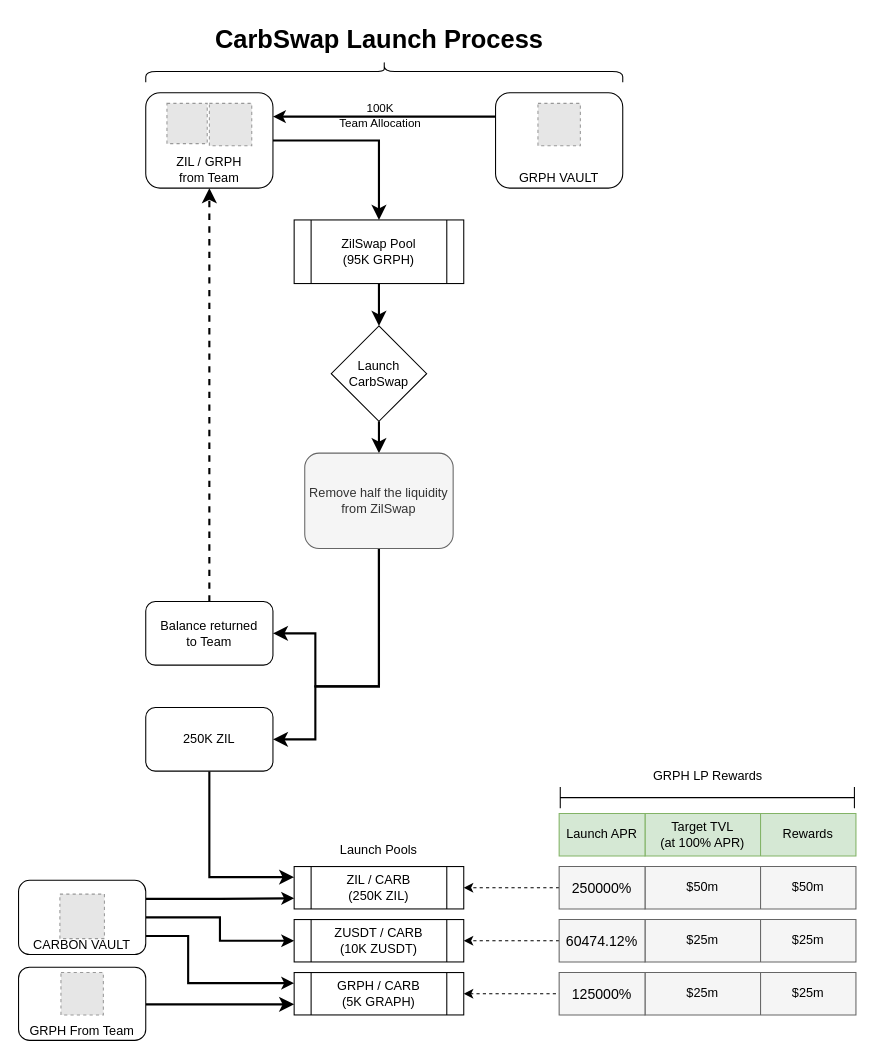
Carbon-Labs/Diagrams keeps this draw.io diagram as carbswapflow.drawio. Above is the earlier version. Source tidied: cells renumbered, new cells numbered last; positions are measured from the earlier drawing's top-left corner, leaving out a move shared by most shapes. Both pictures are drawn from the tidied source at 106%, with x=0, y=0 at pixel (18, -167). Pictures stored in the file or linked from it are replaced by grey dashed boxes.
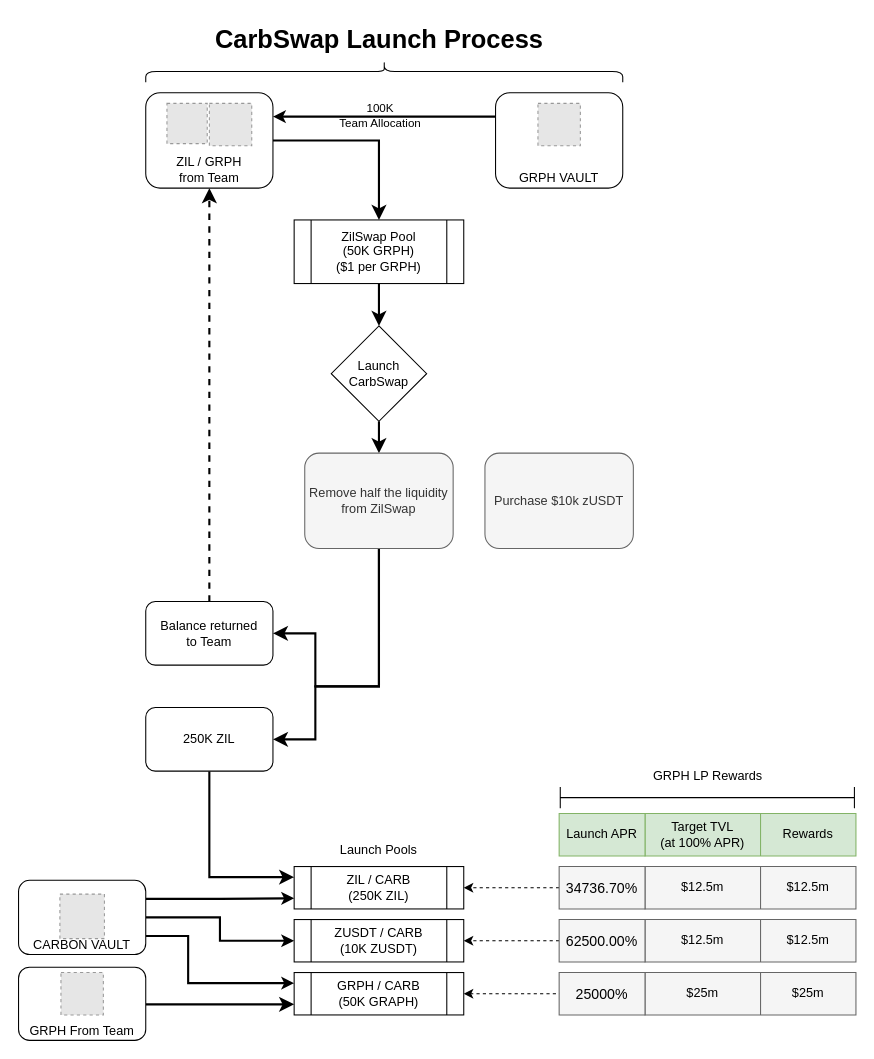
After the change.

Unchanged cells that the change refers to:
```xml
<mxCell id="37" style="shape=partialRectangle;fillColor=none;top=0;left=0;bottom=0;right=0;points=[[0,0.5],[1,0.5]];portConstraint=eastwest;rounded=0;shadow=0;strokeColor=default;" parent="36" vertex="1">
  <mxGeometry width="199" height="40" as="geometry" />
</mxCell>
<mxCell id="42" style="shape=partialRectangle;fillColor=none;top=0;left=0;bottom=0;right=0;points=[[0,0.5],[1,0.5]];portConstraint=eastwest;rounded=0;shadow=0;strokeColor=default;" parent="41" vertex="1">
  <mxGeometry width="199" height="40" as="geometry" />
</mxCell>
<mxCell id="54" style="shape=partialRectangle;fillColor=none;top=0;left=0;bottom=0;right=0;" parent="53" vertex="1">
  <mxGeometry width="81" height="40" as="geometry" />
</mxCell>
<mxCell id="62" style="shape=partialRectangle;fillColor=none;top=0;left=0;bottom=0;right=0;" parent="61" vertex="1">
  <mxGeometry width="81" height="40" as="geometry" />
</mxCell>
<mxCell id="67" style="shape=partialRectangle;fillColor=none;top=0;left=0;bottom=0;right=0;" parent="66" vertex="1">
  <mxGeometry width="81" height="40" as="geometry" />
</mxCell>
```

The edit, as a diff of the source:
```diff
@@
-    <mxCell id="8" value="ZilSwap Pool&lt;br&gt;(95K GRPH)" style="shape=process;whiteSpace=wrap;html=1;backgroundOutline=1;" parent="1" vertex="1">
+    <mxCell id="8" value="ZilSwap Pool&lt;br&gt;(50K GRPH)&lt;br&gt;($1 per GRPH)" style="shape=process;whiteSpace=wrap;html=1;backgroundOutline=1;" parent="1" vertex="1">
       <mxGeometry x="260" y="365" width="160" height="60" as="geometry" />
     </mxCell>
@@
-    <mxCell id="21" value="GRPH / CARB&lt;br&gt;(5K GRAPH)" style="shape=process;whiteSpace=wrap;html=1;backgroundOutline=1;" parent="1" vertex="1">
+    <mxCell id="21" value="GRPH / CARB&lt;br&gt;(50K GRAPH)" style="shape=process;whiteSpace=wrap;html=1;backgroundOutline=1;" parent="1" vertex="1">
       <mxGeometry x="260" y="1075" width="160" height="40" as="geometry" />
     </mxCell>
@@
-    <mxCell id="38" value="$50m" style="shape=partialRectangle;html=1;whiteSpace=wrap;overflow=hidden;fillColor=none;top=0;left=0;bottom=0;right=0;rounded=0;shadow=0;strokeColor=default;" parent="37" vertex="1">
+    <mxCell id="38" value="$12.5m" style="shape=partialRectangle;html=1;whiteSpace=wrap;overflow=hidden;fillColor=none;top=0;left=0;bottom=0;right=0;rounded=0;shadow=0;strokeColor=default;" parent="37" vertex="1">
       <mxGeometry width="109" height="40" as="geometry" />
     </mxCell>
-    <mxCell id="39" value="$50m" style="shape=partialRectangle;html=1;whiteSpace=wrap;overflow=hidden;fillColor=none;top=0;left=0;bottom=0;right=0;rounded=0;shadow=0;strokeColor=default;" parent="37" vertex="1">
+    <mxCell id="39" value="$12.5m" style="shape=partialRectangle;html=1;whiteSpace=wrap;overflow=hidden;fillColor=none;top=0;left=0;bottom=0;right=0;rounded=0;shadow=0;strokeColor=default;" parent="37" vertex="1">
       <mxGeometry x="109" width="90" height="40" as="geometry" />
     </mxCell>
@@
-    <mxCell id="43" value="$25m" style="shape=partialRectangle;html=1;whiteSpace=wrap;overflow=hidden;fillColor=none;top=0;left=0;bottom=0;right=0;rounded=0;shadow=0;strokeColor=default;" parent="42" vertex="1">
+    <mxCell id="43" value="$12.5m" style="shape=partialRectangle;html=1;whiteSpace=wrap;overflow=hidden;fillColor=none;top=0;left=0;bottom=0;right=0;rounded=0;shadow=0;strokeColor=default;" parent="42" vertex="1">
       <mxGeometry width="109" height="40" as="geometry" />
     </mxCell>
-    <mxCell id="44" value="$25m" style="shape=partialRectangle;html=1;whiteSpace=wrap;overflow=hidden;fillColor=none;top=0;left=0;bottom=0;right=0;rounded=0;shadow=0;strokeColor=default;" parent="42" vertex="1">
+    <mxCell id="44" value="$12.5m" style="shape=partialRectangle;html=1;whiteSpace=wrap;overflow=hidden;fillColor=none;top=0;left=0;bottom=0;right=0;rounded=0;shadow=0;strokeColor=default;" parent="42" vertex="1">
       <mxGeometry x="109" width="90" height="40" as="geometry" />
     </mxCell>
@@
-    <mxCell id="55" value="&lt;span style=&quot;font-size: 10pt ; font-family: &amp;#34;arial&amp;#34; ; text-align: right&quot;&gt;250000%&lt;/span&gt;" style="shape=partialRectangle;html=1;whiteSpace=wrap;overflow=hidden;fillColor=none;top=0;left=0;bottom=0;right=0;" parent="54" vertex="1">
+    <mxCell id="55" value="&lt;span style=&quot;font-size: 10pt ; font-family: &amp;#34;arial&amp;#34; ; text-align: right&quot;&gt;34736.70%&lt;/span&gt;" style="shape=partialRectangle;html=1;whiteSpace=wrap;overflow=hidden;fillColor=none;top=0;left=0;bottom=0;right=0;" parent="54" vertex="1">
       <mxGeometry width="81" height="40" as="geometry" />
     </mxCell>
@@
-    <mxCell id="63" value="&lt;span style=&quot;font-size: 10pt ; font-family: &amp;#34;arial&amp;#34; ; text-align: right&quot;&gt;60474.12%&lt;/span&gt;" style="shape=partialRectangle;html=1;whiteSpace=wrap;overflow=hidden;fillColor=none;top=0;left=0;bottom=0;right=0;" parent="62" vertex="1">
+    <mxCell id="63" value="&lt;span style=&quot;font-size: 10pt ; font-family: &amp;#34;arial&amp;#34; ; text-align: right&quot;&gt;62500.00%&lt;/span&gt;" style="shape=partialRectangle;html=1;whiteSpace=wrap;overflow=hidden;fillColor=none;top=0;left=0;bottom=0;right=0;" parent="62" vertex="1">
       <mxGeometry width="81" height="40" as="geometry" />
     </mxCell>
@@
-    <mxCell id="68" value="&lt;span style=&quot;font-size: 10pt ; font-family: &amp;#34;arial&amp;#34; ; text-align: right&quot;&gt;125000%&lt;/span&gt;" style="shape=partialRectangle;html=1;whiteSpace=wrap;overflow=hidden;fillColor=none;top=0;left=0;bottom=0;right=0;" parent="67" vertex="1">
+    <mxCell id="68" value="&lt;span style=&quot;font-size: 10pt ; font-family: &amp;#34;arial&amp;#34; ; text-align: right&quot;&gt;25000%&lt;/span&gt;" style="shape=partialRectangle;html=1;whiteSpace=wrap;overflow=hidden;fillColor=none;top=0;left=0;bottom=0;right=0;" parent="67" vertex="1">
       <mxGeometry width="81" height="40" as="geometry" />
     </mxCell>
@@
+    <mxCell id="72" value="Purchase $10k zUSDT" style="rounded=1;whiteSpace=wrap;html=1;verticalAlign=middle;fillColor=#f5f5f5;fontColor=#333333;strokeColor=#666666;" parent="1" vertex="1">
+      <mxGeometry x="440" y="585" width="140" height="90" as="geometry" />
+    </mxCell>
```
